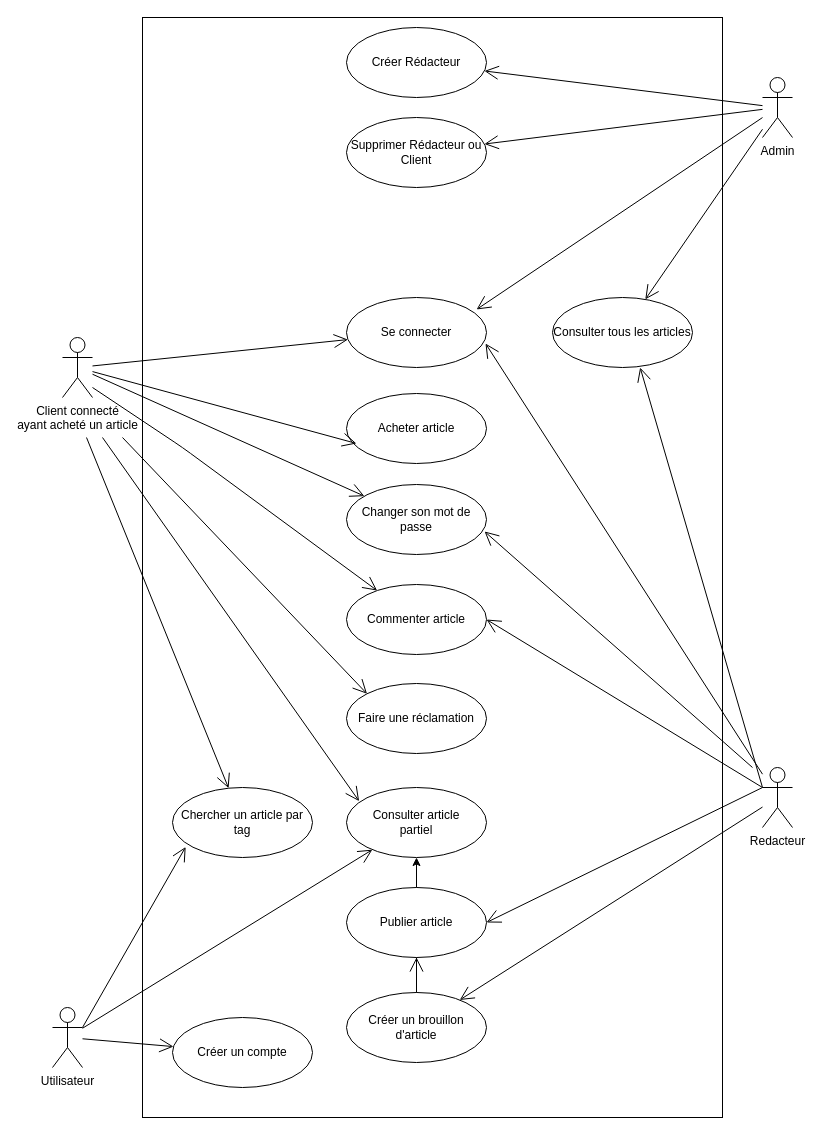
This is diagrams/Cas d utilisation.drawio from Wathil/POECNews, a draw.io file, before an edit. Source tidied: cells renumbered, new cells numbered last; positions are measured from the earlier drawing's top-left corner, leaving out a move shared by most shapes. Both pictures are drawn from the tidied source at 100%, with x=0, y=0 at pixel (52, 17).
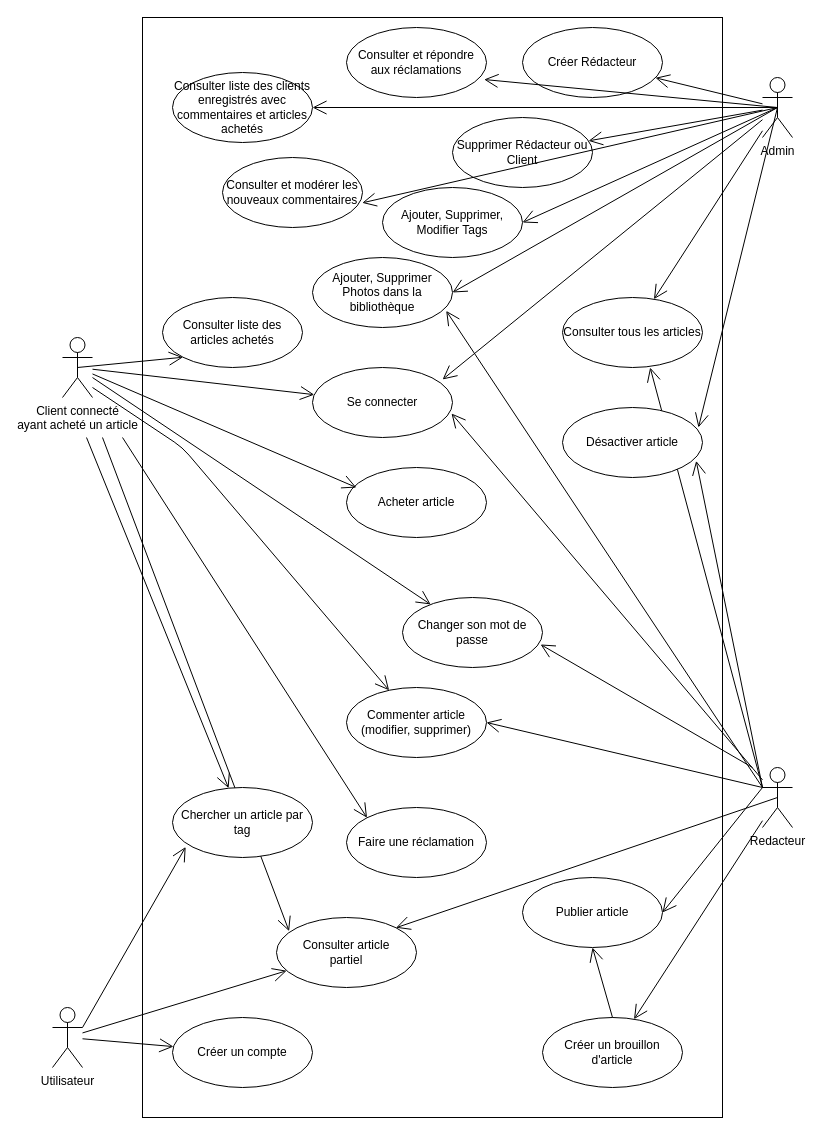
The same page after the edit.

Unchanged cells that the change refers to:
```xml
<mxCell id="4" value="Admin" style="shape=umlActor;verticalLabelPosition=bottom;verticalAlign=top;html=1;outlineConnect=0;" parent="1" vertex="1">
  <mxGeometry x="710" y="60" width="30" height="60" as="geometry" />
</mxCell>
<mxCell id="5" value="Redacteur" style="shape=umlActor;verticalLabelPosition=bottom;verticalAlign=top;html=1;outlineConnect=0;" parent="1" vertex="1">
  <mxGeometry x="710" y="750" width="30" height="60" as="geometry" />
</mxCell>
<mxCell id="6" value="Client connecté &lt;br&gt;ayant acheté un article" style="shape=umlActor;verticalLabelPosition=bottom;verticalAlign=top;html=1;outlineConnect=0;" parent="1" vertex="1">
  <mxGeometry x="10" y="320" width="30" height="60" as="geometry" />
</mxCell>
```

Diff of the diagram source:
```diff
@@
     <mxCell id="7" value="Créer Rédacteur" style="ellipse;whiteSpace=wrap;html=1;" parent="1" vertex="1">
-      <mxGeometry x="294" y="10" width="140" height="70" as="geometry" />
+      <mxGeometry x="470" y="10" width="140" height="70" as="geometry" />
     </mxCell>
@@
     <mxCell id="9" value="Se connecter" style="ellipse;whiteSpace=wrap;html=1;" parent="1" vertex="1">
-      <mxGeometry x="294" y="280" width="140" height="70" as="geometry" />
+      <mxGeometry x="260" y="350" width="140" height="70" as="geometry" />
     </mxCell>
@@
-    <mxCell id="13" style="edgeStyle=orthogonalEdgeStyle;rounded=0;jettySize=auto;html=1;" parent="1" edge="1" source="14" target="19">
-      <mxGeometry relative="1" as="geometry" />
-    </mxCell>
     <mxCell id="14" value="Créer un brouillon d'article" style="ellipse;whiteSpace=wrap;html=1;" parent="1" vertex="1">
-      <mxGeometry x="294" y="975" width="140" height="70" as="geometry" />
+      <mxGeometry x="490" y="1000" width="140" height="70" as="geometry" />
     </mxCell>
@@
     <mxCell id="16" value="Publier article" style="ellipse;whiteSpace=wrap;html=1;" parent="1" vertex="1">
-      <mxGeometry x="294" y="870" width="140" height="70" as="geometry" />
+      <mxGeometry x="470" y="860" width="140" height="70" as="geometry" />
     </mxCell>
@@
     <mxCell id="19" value="Consulter article&lt;br&gt;partiel" style="ellipse;whiteSpace=wrap;html=1;" parent="1" vertex="1">
-      <mxGeometry x="294" y="770" width="140" height="70" as="geometry" />
+      <mxGeometry x="224" y="900" width="140" height="70" as="geometry" />
     </mxCell>
@@
     <mxCell id="22" value="Acheter article" style="ellipse;whiteSpace=wrap;html=1;" parent="1" vertex="1">
-      <mxGeometry x="294" y="376" width="140" height="70" as="geometry" />
+      <mxGeometry x="294" y="450" width="140" height="70" as="geometry" />
     </mxCell>
-    <mxCell id="23" style="endArrow=open;endFill=1;endSize=12;html=1;entryX=0.071;entryY=0.714;entryDx=0;entryDy=0;entryPerimeter=0;" parent="1" edge="1" source="6" target="22">
+    <mxCell id="23" style="endArrow=open;endFill=1;endSize=12;html=1;entryX=0.071;entryY=0.286;entryDx=0;entryDy=0;entryPerimeter=0;" parent="1" edge="1" source="6" target="22">
       <mxGeometry relative="1" as="geometry" />
     </mxCell>
-    <mxCell id="24" value="Commenter article" style="ellipse;whiteSpace=wrap;html=1;" parent="1" vertex="1">
-      <mxGeometry x="294" y="567" width="140" height="70" as="geometry" />
+    <mxCell id="24" value="Commenter article (modifier, supprimer)" style="ellipse;whiteSpace=wrap;html=1;" parent="1" vertex="1">
+      <mxGeometry x="294" y="670" width="140" height="70" as="geometry" />
     </mxCell>
@@
     <mxCell id="27" value="Faire une réclamation" style="ellipse;whiteSpace=wrap;html=1;" parent="1" vertex="1">
-      <mxGeometry x="294" y="666" width="140" height="70" as="geometry" />
+      <mxGeometry x="294" y="790" width="140" height="70" as="geometry" />
     </mxCell>
@@
     <mxCell id="32" value="Supprimer Rédacteur ou Client" style="ellipse;whiteSpace=wrap;html=1;" parent="1" vertex="1">
-      <mxGeometry x="294" y="100" width="140" height="70" as="geometry" />
+      <mxGeometry x="400" y="100" width="140" height="70" as="geometry" />
     </mxCell>
@@
     <mxCell id="36" value="Changer son mot de passe" style="ellipse;whiteSpace=wrap;html=1;" parent="1" vertex="1">
-      <mxGeometry x="294" y="467" width="140" height="70" as="geometry" />
+      <mxGeometry x="350" y="580" width="140" height="70" as="geometry" />
     </mxCell>
@@
     <mxCell id="39" value="Consulter tous les articles" style="ellipse;whiteSpace=wrap;html=1;" parent="1" vertex="1">
-      <mxGeometry x="500" y="280" width="140" height="70" as="geometry" />
+      <mxGeometry x="510" y="280" width="140" height="70" as="geometry" />
     </mxCell>
@@
+    <mxCell id="42" value="Consulter liste des articles achetés" style="ellipse;whiteSpace=wrap;html=1;" parent="1" vertex="1">
+      <mxGeometry x="110" y="280" width="140" height="70" as="geometry" />
+    </mxCell>
+    <mxCell id="43" style="endArrow=open;endFill=1;endSize=12;html=1;entryX=0;entryY=1;entryDx=0;entryDy=0;exitX=0.5;exitY=0.5;exitDx=0;exitDy=0;exitPerimeter=0;" parent="1" edge="1" source="6" target="42">
+      <mxGeometry relative="1" as="geometry" />
+    </mxCell>
+    <mxCell id="44" value="Désactiver article" style="ellipse;whiteSpace=wrap;html=1;" parent="1" vertex="1">
+      <mxGeometry x="510" y="390" width="140" height="70" as="geometry" />
+    </mxCell>
+    <mxCell id="45" style="endArrow=open;endFill=1;endSize=12;html=1;entryX=0.971;entryY=0.286;entryDx=0;entryDy=0;entryPerimeter=0;exitX=0.5;exitY=0.5;exitDx=0;exitDy=0;exitPerimeter=0;" parent="1" edge="1" source="4" target="44">
+      <mxGeometry relative="1" as="geometry" />
+    </mxCell>
+    <mxCell id="46" style="endArrow=open;endFill=1;endSize=12;html=1;entryX=0.955;entryY=0.762;entryDx=0;entryDy=0;entryPerimeter=0;exitX=0;exitY=0.3333333333333333;exitDx=0;exitDy=0;exitPerimeter=0;" parent="1" edge="1" source="5" target="44">
+      <mxGeometry relative="1" as="geometry" />
+    </mxCell>
+    <mxCell id="47" value="Ajouter, Supprimer Photos dans la bibliothèque" style="ellipse;whiteSpace=wrap;html=1;" parent="1" vertex="1">
+      <mxGeometry x="260" y="240" width="140" height="70" as="geometry" />
+    </mxCell>
+    <mxCell id="48" style="endArrow=open;endFill=1;endSize=12;html=1;entryX=1;entryY=0.5;entryDx=0;entryDy=0;exitX=0.5;exitY=0.5;exitDx=0;exitDy=0;exitPerimeter=0;" parent="1" edge="1" source="4" target="47">
+      <mxGeometry relative="1" as="geometry" />
+    </mxCell>
+    <mxCell id="49" style="endArrow=open;endFill=1;endSize=12;html=1;exitX=0;exitY=0.3333333333333333;exitDx=0;exitDy=0;exitPerimeter=0;entryX=0.955;entryY=0.762;entryDx=0;entryDy=0;entryPerimeter=0;" parent="1" edge="1" source="5" target="47">
+      <mxGeometry relative="1" as="geometry" />
+    </mxCell>
+    <mxCell id="50" value="Consulter liste des clients enregistrés avec commentaires et articles achetés" style="ellipse;whiteSpace=wrap;html=1;" parent="1" vertex="1">
+      <mxGeometry x="120" y="55" width="140" height="70" as="geometry" />
+    </mxCell>
+    <mxCell id="51" style="endArrow=open;endFill=1;endSize=12;html=1;entryX=1;entryY=0.5;entryDx=0;entryDy=0;exitX=0.5;exitY=0.5;exitDx=0;exitDy=0;exitPerimeter=0;" parent="1" edge="1" source="4" target="50">
+      <mxGeometry relative="1" as="geometry" />
+    </mxCell>
+    <mxCell id="52" value="Consulter et répondre aux réclamations" style="ellipse;whiteSpace=wrap;html=1;" parent="1" vertex="1">
+      <mxGeometry x="294" y="10" width="140" height="70" as="geometry" />
+    </mxCell>
+    <mxCell id="53" style="endArrow=open;endFill=1;endSize=12;html=1;entryX=0.983;entryY=0.743;entryDx=0;entryDy=0;entryPerimeter=0;exitX=0.5;exitY=0.5;exitDx=0;exitDy=0;exitPerimeter=0;" parent="1" edge="1" source="4" target="52">
+      <mxGeometry relative="1" as="geometry" />
+    </mxCell>
+    <mxCell id="54" value="Consulter et modérer les nouveaux commentaires" style="ellipse;whiteSpace=wrap;html=1;" parent="1" vertex="1">
+      <mxGeometry x="170" y="140" width="140" height="70" as="geometry" />
+    </mxCell>
+    <mxCell id="55" style="endArrow=open;endFill=1;endSize=12;html=1;entryX=0.998;entryY=0.648;entryDx=0;entryDy=0;entryPerimeter=0;exitX=0.5;exitY=0.5;exitDx=0;exitDy=0;exitPerimeter=0;" parent="1" edge="1" source="4" target="54">
+      <mxGeometry relative="1" as="geometry" />
+    </mxCell>
+    <mxCell id="56" value="Ajouter, Supprimer, Modifier Tags" style="ellipse;whiteSpace=wrap;html=1;" parent="1" vertex="1">
+      <mxGeometry x="330" y="170" width="140" height="70" as="geometry" />
+    </mxCell>
+    <mxCell id="57" style="endArrow=open;endFill=1;endSize=12;html=1;entryX=1;entryY=0.5;entryDx=0;entryDy=0;exitX=0.5;exitY=0.5;exitDx=0;exitDy=0;exitPerimeter=0;" parent="1" edge="1" source="4" target="56">
+      <mxGeometry relative="1" as="geometry" />
+    </mxCell>
+    <mxCell id="58" style="endArrow=open;endFill=1;endSize=12;html=1;entryX=1;entryY=0;entryDx=0;entryDy=0;exitX=0.5;exitY=0.5;exitDx=0;exitDy=0;exitPerimeter=0;" parent="1" edge="1" source="5" target="19">
+      <mxGeometry relative="1" as="geometry" />
+    </mxCell>
```
